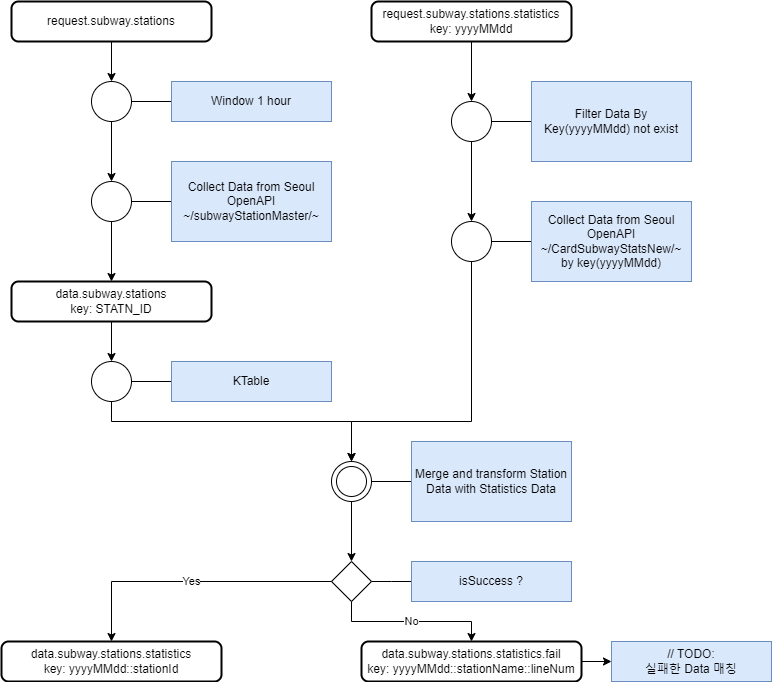
Before: subway/subwayTopology.drawio.png, a diagram exported from draw.io (p-bear/charts.draw.io). Source tidied: cells renumbered, new cells last; positions are measured from the earlier drawing's top-left corner, leaving out a move shared by most shapes.
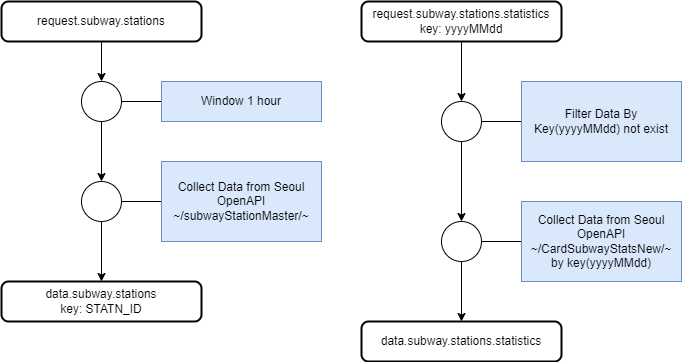
The same diagram one commit later.

Commit message:
subwayTopology.drawio.png이 추가되었습니다.

Diff of the diagram source:
```diff
@@ -20,9 +20,6 @@
     <mxCell id="7" value="Collect Data from Seoul OpenAPI&lt;div&gt;~/subwayStationMaster/~&lt;br&gt;&lt;/div&gt;" style="text;html=1;align=center;verticalAlign=middle;whiteSpace=wrap;rounded=0;fillColor=#dae8fc;strokeColor=#6c8ebf;" parent="4" vertex="1">
       <mxGeometry x="80" width="160" height="80" as="geometry" />
     </mxCell>
-    <mxCell id="8" style="edgeStyle=orthogonalEdgeStyle;rounded=0;jettySize=auto;html=1;entryX=0.5;entryY=0;entryDx=0;entryDy=0;" parent="1" edge="1" source="9" target="23">
-      <mxGeometry relative="1" as="geometry" />
-    </mxCell>
     <mxCell id="9" value="&lt;div&gt;&lt;span style=&quot;background-color: initial;&quot;&gt;data.subway.stations&lt;/span&gt;&lt;br&gt;&lt;/div&gt;&lt;div&gt;&lt;span style=&quot;background-color: initial;&quot;&gt;key: STATN_ID&lt;/span&gt;&lt;/div&gt;" style="rounded=1;whiteSpace=wrap;html=1;absoluteArcSize=1;arcSize=14;strokeWidth=2;" parent="1" vertex="1">
       <mxGeometry x="10" y="280" width="200" height="40" as="geometry" />
     </mxCell>
@@ -62,34 +59,6 @@
     <mxCell id="21" value="Filter Data By Key(yyyyMMdd) not exist" style="text;html=1;align=center;verticalAlign=middle;whiteSpace=wrap;rounded=0;fillColor=#dae8fc;strokeColor=#6c8ebf;" parent="18" vertex="1">
       <mxGeometry x="80" width="160" height="80" as="geometry" />
     </mxCell>
-    <mxCell id="22" style="group;" parent="1" vertex="1">
-      <mxGeometry x="90" y="360" width="240" height="40" as="geometry" />
-    </mxCell>
-    <mxCell id="23" style="shape=ellipse;html=1;dashed=0;whiteSpace=wrap;perimeter=ellipsePerimeter;" parent="22" vertex="1">
-      <mxGeometry width="40" height="40" as="geometry" />
-    </mxCell>
-    <mxCell id="24" style="edgeStyle=orthogonalEdgeStyle;rounded=0;jettySize=auto;html=1;exitX=0;exitY=0.5;exitDx=0;exitDy=0;entryX=1;entryY=0.5;entryDx=0;entryDy=0;endArrow=none;endFill=0;" parent="22" edge="1" source="25" target="23">
-      <mxGeometry relative="1" as="geometry" />
-    </mxCell>
-    <mxCell id="25" value="KTable" style="text;html=1;align=center;verticalAlign=middle;whiteSpace=wrap;rounded=0;fillColor=#dae8fc;strokeColor=#6c8ebf;" parent="22" vertex="1">
-      <mxGeometry x="80" width="160" height="40" as="geometry" />
-    </mxCell>
-    <mxCell id="26" style="edgeStyle=orthogonalEdgeStyle;rounded=0;jettySize=auto;html=1;entryX=0.5;entryY=0;entryDx=0;entryDy=0;" parent="1" edge="1" source="23" target="48">
-      <mxGeometry relative="1" as="geometry">
-        <Array as="points">
-          <mxPoint x="110" y="420" />
-          <mxPoint x="350" y="420" />
-        </Array>
-      </mxGeometry>
-    </mxCell>
-    <mxCell id="27" style="edgeStyle=orthogonalEdgeStyle;rounded=0;jettySize=auto;html=1;entryX=0.5;entryY=0;entryDx=0;entryDy=0;" parent="1" edge="1" source="14" target="48">
-      <mxGeometry relative="1" as="geometry">
-        <Array as="points">
-          <mxPoint x="470" y="420" />
-          <mxPoint x="350" y="420" />
-        </Array>
-      </mxGeometry>
-    </mxCell>
     <mxCell id="28" style="group;" parent="1" vertex="1">
       <mxGeometry x="90" y="80" width="240" height="40" as="geometry" />
     </mxCell>
@@ -105,58 +74,11 @@
     <mxCell id="32" style="edgeStyle=orthogonalEdgeStyle;rounded=0;jettySize=auto;html=1;entryX=0.5;entryY=0;entryDx=0;entryDy=0;" parent="1" edge="1" source="29" target="5">
       <mxGeometry relative="1" as="geometry" />
     </mxCell>
-    <mxCell id="33" value="&lt;div&gt;&lt;span style=&quot;background-color: initial;&quot;&gt;data.subway.stations.statistics&lt;/span&gt;&lt;br&gt;&lt;/div&gt;&lt;div&gt;&lt;span style=&quot;background-color: initial;&quot;&gt;key: yyyyMMdd::stationId&lt;/span&gt;&lt;/div&gt;" style="rounded=1;whiteSpace=wrap;html=1;absoluteArcSize=1;arcSize=14;strokeWidth=2;" parent="1" vertex="1">
-      <mxGeometry y="640" width="220" height="40" as="geometry" />
+    <mxCell id="33" value="&lt;div&gt;&lt;span style=&quot;background-color: initial;&quot;&gt;data.subway.stations.statistics&lt;/span&gt;&lt;/div&gt;" style="rounded=1;whiteSpace=wrap;html=1;absoluteArcSize=1;arcSize=14;strokeWidth=2;" parent="1" vertex="1">
+      <mxGeometry x="370" y="320" width="200" height="40" as="geometry" />
     </mxCell>
-    <mxCell id="34" style="group;" parent="1" vertex="1">
-      <mxGeometry x="330" y="560" width="240" height="40" as="geometry" />
-    </mxCell>
-    <mxCell id="35" style="shape=rhombus;html=1;dashed=0;whiteSpace=wrap;perimeter=rhombusPerimeter;" parent="34" vertex="1">
-      <mxGeometry width="40" height="40" as="geometry" />
-    </mxCell>
-    <mxCell id="36" style="edgeStyle=orthogonalEdgeStyle;rounded=0;jettySize=auto;html=1;exitX=0;exitY=0.5;exitDx=0;exitDy=0;entryX=1;entryY=0.5;entryDx=0;entryDy=0;endArrow=none;endFill=0;" parent="34" edge="1" source="37">
-      <mxGeometry relative="1" as="geometry">
-        <mxPoint x="40" y="20" as="targetPoint" />
-      </mxGeometry>
-    </mxCell>
-    <mxCell id="37" value="isSuccess ?" style="text;html=1;align=center;verticalAlign=middle;whiteSpace=wrap;rounded=0;fillColor=#dae8fc;strokeColor=#6c8ebf;" parent="34" vertex="1">
-      <mxGeometry x="80" width="160" height="40" as="geometry" />
-    </mxCell>
-    <mxCell id="38" style="edgeStyle=orthogonalEdgeStyle;rounded=0;jettySize=auto;html=1;entryX=0;entryY=0.5;entryDx=0;entryDy=0;" parent="1" edge="1" source="39" target="42">
-      <mxGeometry relative="1" as="geometry" />
-    </mxCell>
-    <mxCell id="39" value="&lt;div&gt;&lt;span style=&quot;background-color: initial;&quot;&gt;data.subway.stations.statistics.fail&lt;/span&gt;&lt;br&gt;&lt;/div&gt;&lt;div&gt;key: yyyyMMdd::stationName::lineNum&lt;span style=&quot;background-color: initial;&quot;&gt;&lt;br&gt;&lt;/span&gt;&lt;/div&gt;" style="rounded=1;whiteSpace=wrap;html=1;absoluteArcSize=1;arcSize=14;strokeWidth=2;" parent="1" vertex="1">
-      <mxGeometry x="360" y="640" width="220" height="40" as="geometry" />
-    </mxCell>
-    <mxCell id="40" value="Yes" style="edgeStyle=orthogonalEdgeStyle;rounded=0;jettySize=auto;html=1;entryX=0.5;entryY=0;entryDx=0;entryDy=0;" parent="1" edge="1" source="35" target="33">
-      <mxGeometry relative="1" as="geometry" />
-    </mxCell>
-    <mxCell id="41" value="No" style="edgeStyle=orthogonalEdgeStyle;rounded=0;jettySize=auto;html=1;entryX=0.5;entryY=0;entryDx=0;entryDy=0;" parent="1" edge="1" source="35" target="39">
-      <mxGeometry relative="1" as="geometry" />
-    </mxCell>
-    <mxCell id="42" value="// TODO:&lt;div&gt;실패한 Data 매칭&lt;/div&gt;" style="text;html=1;align=center;verticalAlign=middle;whiteSpace=wrap;rounded=0;fillColor=#dae8fc;strokeColor=#6c8ebf;" parent="1" vertex="1">
-      <mxGeometry x="610" y="640" width="160" height="40" as="geometry" />
-    </mxCell>
-    <mxCell id="43" style="edgeStyle=orthogonalEdgeStyle;rounded=0;jettySize=auto;html=1;entryX=0.5;entryY=0;entryDx=0;entryDy=0;" parent="1" edge="1" source="48" target="35">
-      <mxGeometry relative="1" as="geometry" />
-    </mxCell>
-    <mxCell id="44" style="group;" parent="1" vertex="1">
-      <mxGeometry x="330" y="440" width="240" height="80" as="geometry" />
-    </mxCell>
-    <mxCell id="45" style="edgeStyle=orthogonalEdgeStyle;rounded=0;jettySize=auto;html=1;exitX=0;exitY=0.5;exitDx=0;exitDy=0;entryX=1;entryY=0.5;entryDx=0;entryDy=0;endArrow=none;endFill=0;" parent="44" edge="1" source="46" target="48">
-      <mxGeometry relative="1" as="geometry" />
-    </mxCell>
-    <mxCell id="46" value="Merge and transform Station Data with Statistics Data" style="text;html=1;align=center;verticalAlign=middle;whiteSpace=wrap;rounded=0;fillColor=#dae8fc;strokeColor=#6c8ebf;" parent="44" vertex="1">
-      <mxGeometry x="80" width="160" height="80" as="geometry" />
-    </mxCell>
-    <mxCell id="47" style="group;" parent="44" vertex="1">
-      <mxGeometry y="20" width="40" height="40" as="geometry" />
-    </mxCell>
-    <mxCell id="48" style="shape=ellipse;html=1;dashed=0;whiteSpace=wrap;perimeter=ellipsePerimeter;" parent="47" vertex="1">
-      <mxGeometry width="40" height="40" as="geometry" />
-    </mxCell>
-    <mxCell id="49" style="ellipse;whiteSpace=wrap;html=1;" parent="47" vertex="1">
-      <mxGeometry x="5" y="5" width="30" height="30" as="geometry" />
-    </mxCell>
+    <mxCell id="50" style="edgeStyle=orthogonalEdgeStyle;rounded=0;jettySize=auto;html=1;entryX=0.5;entryY=0;entryDx=0;entryDy=0;" parent="1" edge="1" source="14" target="33">
+      <mxGeometry relative="1" as="geometry" />
+    </mxCell>
   </root>
 </mxGraphModel>
```
